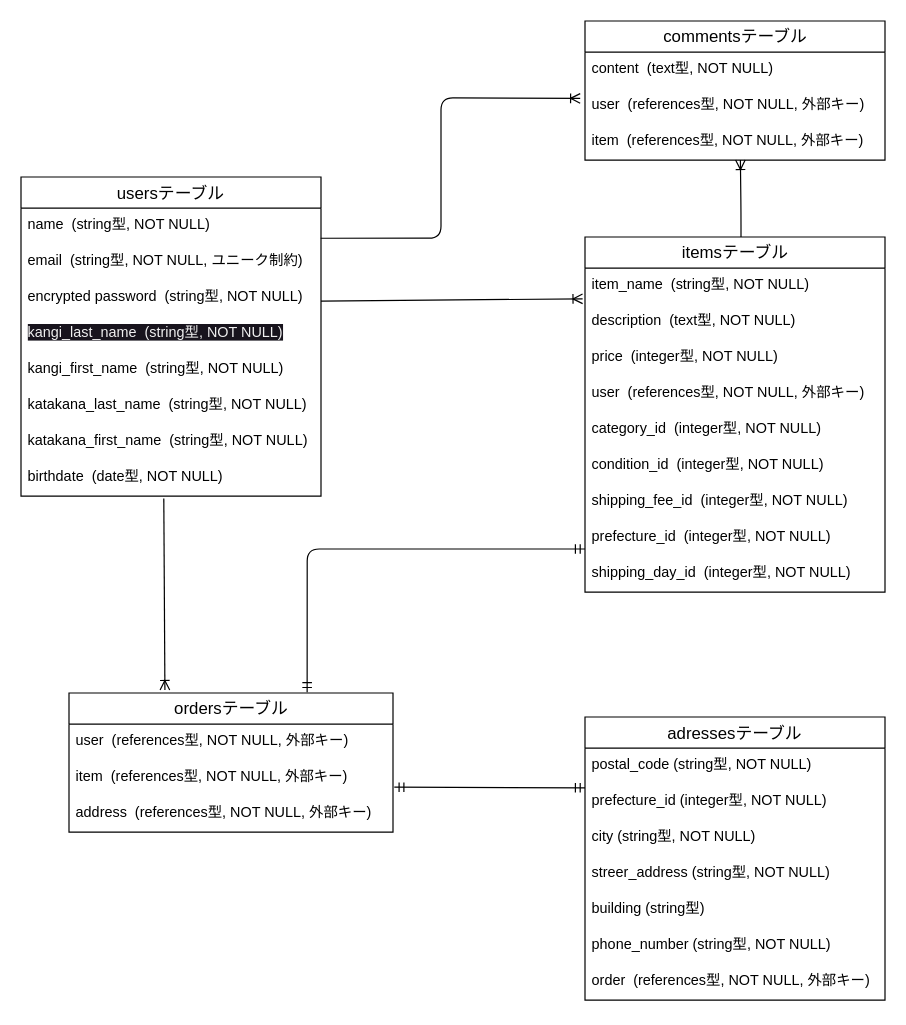
The draw.io diagram ER_furima-40384.dio in hiro501/furima-40384, before the edit. Source tidied: cells renumbered, new cells numbered last; positions are measured from the earlier drawing's top-left corner, leaving out a move shared by most shapes. Both pictures are drawn from the tidied source at 120%, with x=0, y=0 at pixel (20, 20).
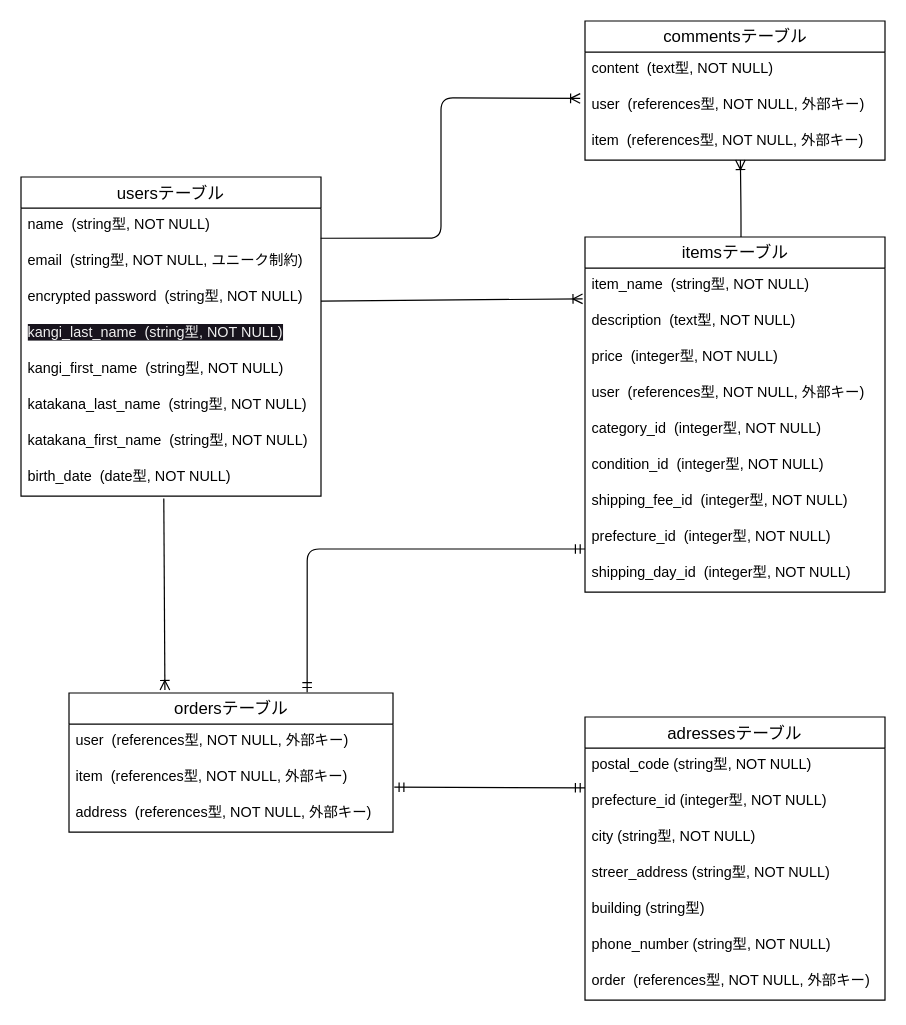
After the change.

Unchanged cells that the change refers to:
```xml
<mxCell id="2" value="usersテーブル" style="swimlane;fontStyle=0;horizontal=1;startSize=26;align=center;fontSize=14;" parent="1" vertex="1">
  <mxGeometry y="130" width="250" height="266" as="geometry" />
</mxCell>
```

The edit, as a diff of the source:
```diff
@@
-    <mxCell id="10" value="birthdate&amp;nbsp; (date型, NOT NULL)" style="text;strokeColor=none;fillColor=none;spacingLeft=4;spacingRight=4;overflow=hidden;points=[[0,0.5],[1,0.5]];portConstraint=eastwest;fontSize=12;html=1;" parent="2" vertex="1">
+    <mxCell id="10" value="birth_date&amp;nbsp; (date型, NOT NULL)" style="text;strokeColor=none;fillColor=none;spacingLeft=4;spacingRight=4;overflow=hidden;points=[[0,0.5],[1,0.5]];portConstraint=eastwest;fontSize=12;html=1;" parent="2" vertex="1">
       <mxGeometry y="236" width="250" height="30" as="geometry" />
     </mxCell>
```
